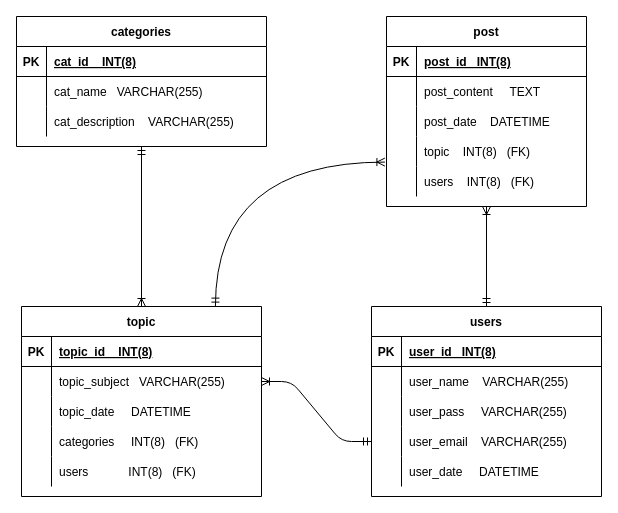
90rimane/Forum_Simulator keeps this draw.io diagram as RelationalSchema_OnlineForum.drawio. Above is the earlier version. Source tidied: cells renumbered, new cells numbered last; positions are measured from the earlier drawing's top-left corner, leaving out a move shared by most shapes. Both pictures are drawn from the tidied source at 100%, with x=0, y=0 at pixel (16, 16).
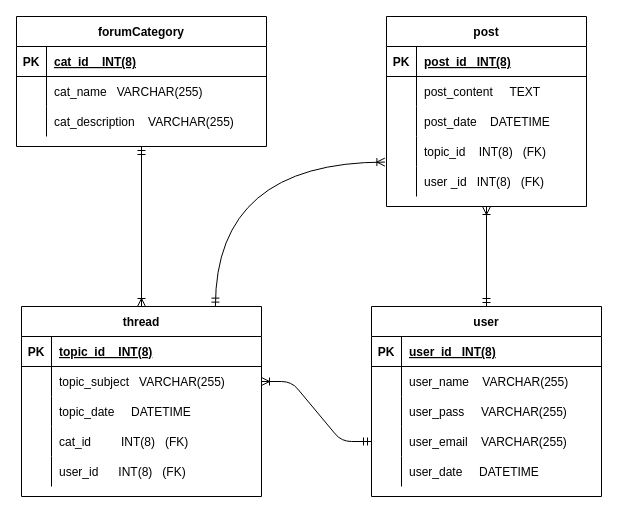
Above is the later version.

Unchanged cells that the change refers to:
```xml
<mxCell id="38" style="shape=partialRectangle;fillColor=none;top=0;left=0;bottom=0;right=0;points=[[0,0.5],[1,0.5]];portConstraint=eastwest;" parent="28" vertex="1">
  <mxGeometry y="120" width="200" height="30" as="geometry" />
</mxCell>
<mxCell id="41" style="shape=partialRectangle;fillColor=none;top=0;left=0;bottom=0;right=0;" parent="28" vertex="1">
  <mxGeometry y="150" width="200" height="30" as="geometry" />
</mxCell>
<mxCell id="54" style="shape=partialRectangle;fillColor=none;top=0;left=0;bottom=0;right=0;" parent="44" vertex="1">
  <mxGeometry y="120" width="240" height="30" as="geometry" />
</mxCell>
<mxCell id="57" style="shape=partialRectangle;fillColor=none;top=0;left=0;bottom=0;right=0;" parent="44" vertex="1">
  <mxGeometry y="150" width="240" height="30" as="geometry" />
</mxCell>
```

Change to the diagram source:
```diff
@@
-    <mxCell id="2" value="categories" style="shape=table;startSize=30;childLayout=tableLayout;rowLines=0;fontStyle=1;align=center;" parent="1" vertex="1">
+    <mxCell id="2" value="forumCategory" style="shape=table;startSize=30;childLayout=tableLayout;rowLines=0;fontStyle=1;align=center;" parent="1" vertex="1">
       <mxGeometry width="250" height="130" as="geometry" />
     </mxCell>
@@
-    <mxCell id="12" value="users" style="shape=table;startSize=30;childLayout=tableLayout;rowLines=0;fontStyle=1;align=center;" parent="1" vertex="1">
+    <mxCell id="12" value="user" style="shape=table;startSize=30;childLayout=tableLayout;rowLines=0;fontStyle=1;align=center;" parent="1" vertex="1">
       <mxGeometry x="355" y="290" width="230" height="190" as="geometry" />
     </mxCell>
@@
-    <mxCell id="40" value="topic    INT(8)   (FK)" style="shape=partialRectangle;fillColor=none;top=0;left=0;bottom=0;right=0;align=left;spacingLeft=6;overflow=hidden;" parent="38" vertex="1">
+    <mxCell id="40" value="topic_id    INT(8)   (FK)" style="shape=partialRectangle;fillColor=none;top=0;left=0;bottom=0;right=0;align=left;spacingLeft=6;overflow=hidden;" parent="38" vertex="1">
       <mxGeometry x="30" width="170" height="30" as="geometry" />
     </mxCell>
@@
-    <mxCell id="43" value="users    INT(8)   (FK)" style="shape=partialRectangle;fillColor=none;top=0;left=0;bottom=0;right=0;align=left;spacingLeft=6;overflow=hidden;" parent="41" vertex="1">
+    <mxCell id="43" value="user _id   INT(8)   (FK)" style="shape=partialRectangle;fillColor=none;top=0;left=0;bottom=0;right=0;align=left;spacingLeft=6;overflow=hidden;" parent="41" vertex="1">
       <mxGeometry x="30" width="170" height="30" as="geometry" />
     </mxCell>
-    <mxCell id="44" value="topic" style="shape=table;startSize=30;childLayout=tableLayout;rowLines=0;fontStyle=1;align=center;" parent="1" vertex="1">
+    <mxCell id="44" value="thread" style="shape=table;startSize=30;childLayout=tableLayout;rowLines=0;fontStyle=1;align=center;" parent="1" vertex="1">
       <mxGeometry x="5" y="290" width="240" height="190" as="geometry" />
     </mxCell>
@@
-    <mxCell id="56" value="categories     INT(8)   (FK)" style="shape=partialRectangle;fillColor=none;top=0;left=0;bottom=0;right=0;align=left;spacingLeft=6;overflow=hidden;" parent="54" vertex="1">
+    <mxCell id="56" value="cat_id         INT(8)   (FK)" style="shape=partialRectangle;fillColor=none;top=0;left=0;bottom=0;right=0;align=left;spacingLeft=6;overflow=hidden;" parent="54" vertex="1">
       <mxGeometry x="30" width="210" height="30" as="geometry" />
     </mxCell>
@@
-    <mxCell id="59" value="users            INT(8)   (FK)" style="shape=partialRectangle;fillColor=none;top=0;left=0;bottom=0;right=0;align=left;spacingLeft=6;overflow=hidden;" parent="57" vertex="1">
+    <mxCell id="59" value="user_id      INT(8)   (FK)" style="shape=partialRectangle;fillColor=none;top=0;left=0;bottom=0;right=0;align=left;spacingLeft=6;overflow=hidden;" parent="57" vertex="1">
       <mxGeometry x="30" width="210" height="30" as="geometry" />
     </mxCell>
```
